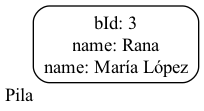
This is Proyecto1/reports/pile_IPC-003.png from marcosbondel/IPC2_ProyectoVD2024_202202410, a Graphviz export, as it was before one commit. Its source is kept beside it as Proyecto1/dot_reports/pile_IPC-003.dot. The source it was exported from:
```dot
digraph G {
            rankdir=LR;
            node[shape=Mrecord];
        Pila[xlabel="Pila" label="bId: 3\nname: Rana\nname: María López\n"];
}
```
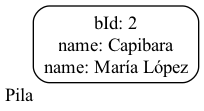
Above is the later version.

What changed in the source:
```diff
@@ -1,5 +1,5 @@
 digraph G {
             rankdir=LR;
             node[shape=Mrecord];
-        Pila[xlabel="Pila" label="bId: 3\nname: Rana\nname: María López\n"];
+        Pila[xlabel="Pila" label="bId: 2\nname: Capibara\nname: María López\n"];
 }
```
